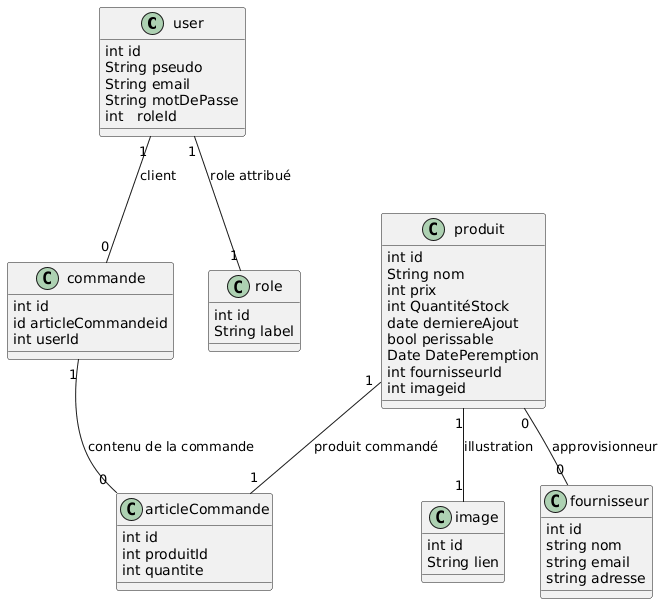
Above: public/diagrammes/mysql/diagramme_de_classe.png in LucasCherbuin/logisticAnts (PlantUML), before the change.
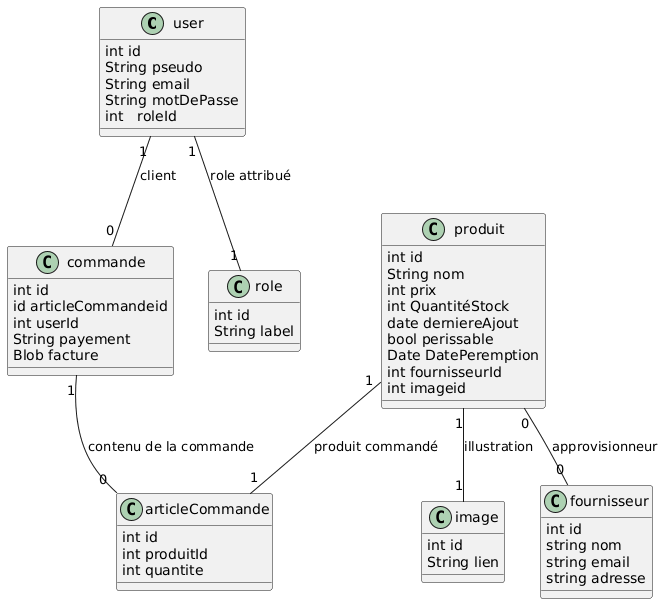
The same file after the commit.

Commit message:
mise à jour classe 'commande'

Diff of the diagram source:
```diff
@@ -23,6 +23,8 @@
   int id
   id articleCommandeid
   int userId
+  String payement
+  Blob facture
 }
 
 class articleCommande {
@@ -51,6 +53,7 @@
 
 
 
+
 user "1" -- "1" role : role attribué
 produit "1" -- "1" image : illustration
 commande "1" -- "0" articleCommande : contenu de la commande
```
